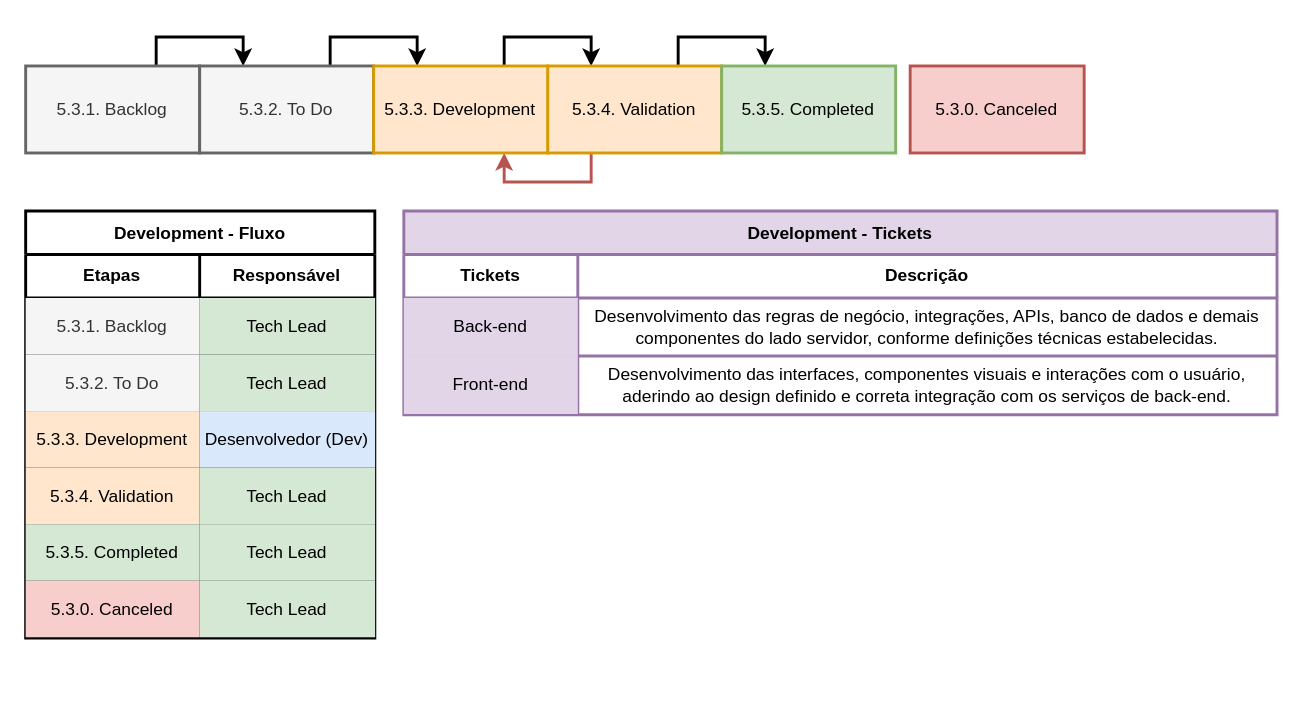
The draw.io diagram page "Fluxo - Development" (8 of 8) of modelagem de processos.drawio in DimasPicinato/Metodologia-PI, before the edit. Source tidied: cells renumbered, new cells numbered last; positions are measured from the earlier drawing's top-left corner, leaving out a move shared by most shapes. Both pictures are drawn from the tidied source at 145%, with x=0, y=0 at pixel (25, 65).
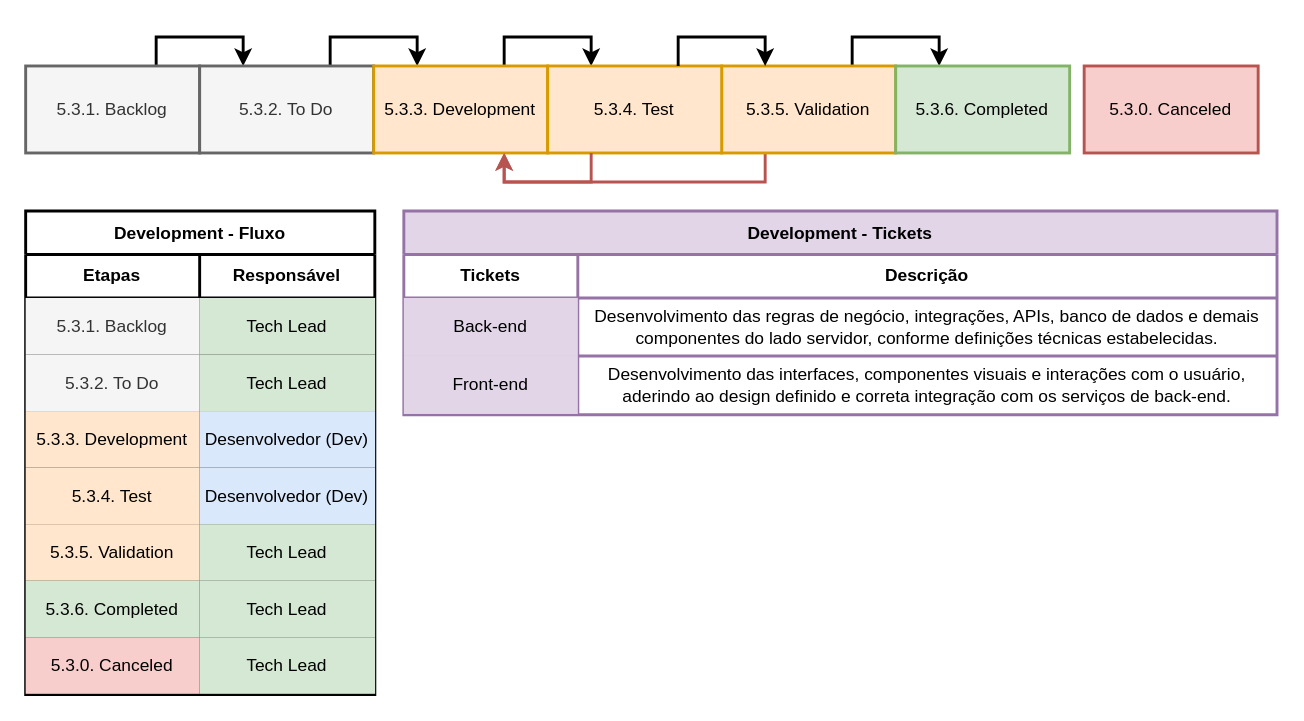
After the change.

Unchanged cells that the change refers to:
```xml
<mxCell id="44" value="5.3.3. Development" style="rounded=0;whiteSpace=wrap;html=1;fillColor=#ffe6cc;strokeColor=#d79b00;strokeWidth=2;" parent="1" vertex="1">
  <mxGeometry x="240.2" width="120" height="60" as="geometry" />
</mxCell>
```

Diff of the diagram source:
```diff
@@
     <mxCell id="12" value="Development - Fluxo" style="shape=table;startSize=30;childLayout=tableLayout;fontStyle=1;strokeWidth=2;" parent="1" vertex="1">
-      <mxGeometry x="0.2" y="100" width="240.8" height="294.5" as="geometry" />
+      <mxGeometry x="0.2" y="100" width="240.8" height="333.5" as="geometry" />
     </mxCell>
@@
+    <mxCell id="45" style="shape=tableRow;horizontal=0;startSize=0;swimlaneHead=0;swimlaneBody=0;strokeColor=inherit;top=0;left=0;bottom=0;right=0;fillColor=none;" parent="12" vertex="1">
+      <mxGeometry y="177" width="240.8" height="39" as="geometry" />
+    </mxCell>
+    <mxCell id="46" value="5.3.4. Test" style="shape=partialRectangle;html=1;whiteSpace=wrap;strokeColor=#d79b00;overflow=hidden;fillColor=#ffe6cc;top=0;left=0;bottom=0;right=0;" parent="45" vertex="1">
+      <mxGeometry width="120" height="39" as="geometry" />
+    </mxCell>
+    <mxCell id="47" value="Desenvolvedor (Dev)" style="shape=partialRectangle;html=1;whiteSpace=wrap;strokeColor=#6c8ebf;overflow=hidden;fillColor=#dae8fc;top=0;left=0;bottom=0;right=0;gradientDirection=east;" parent="45" vertex="1">
+      <mxGeometry x="120" width="121" height="39" as="geometry" />
+    </mxCell>
     <mxCell id="25" style="shape=tableRow;horizontal=0;startSize=0;swimlaneHead=0;swimlaneBody=0;strokeColor=inherit;top=0;left=0;bottom=0;right=0;fillColor=none;" parent="12" vertex="1">
-      <mxGeometry y="177" width="240.8" height="39" as="geometry" />
+      <mxGeometry y="216" width="240.8" height="39" as="geometry" />
     </mxCell>
-    <mxCell id="26" value="5.3.4. Validation" style="shape=partialRectangle;html=1;whiteSpace=wrap;strokeColor=#d79b00;overflow=hidden;fillColor=#ffe6cc;top=0;left=0;bottom=0;right=0;" parent="25" vertex="1">
+    <mxCell id="26" value="5.3.5. Validation" style="shape=partialRectangle;html=1;whiteSpace=wrap;strokeColor=#d79b00;overflow=hidden;fillColor=#ffe6cc;top=0;left=0;bottom=0;right=0;" parent="25" vertex="1">
       <mxGeometry width="120" height="39" as="geometry" />
     </mxCell>
@@
     <mxCell id="28" style="shape=tableRow;horizontal=0;startSize=0;swimlaneHead=0;swimlaneBody=0;strokeColor=inherit;top=0;left=0;bottom=0;right=0;fillColor=none;" parent="12" vertex="1">
-      <mxGeometry y="216" width="240.8" height="39" as="geometry" />
+      <mxGeometry y="255" width="240.8" height="39" as="geometry" />
     </mxCell>
-    <mxCell id="29" value="5.3.5. Completed" style="shape=partialRectangle;html=1;whiteSpace=wrap;strokeColor=#82b366;overflow=hidden;fillColor=#d5e8d4;top=0;left=0;bottom=0;right=0;" parent="28" vertex="1">
+    <mxCell id="29" value="5.3.6. Completed" style="shape=partialRectangle;html=1;whiteSpace=wrap;strokeColor=#82b366;overflow=hidden;fillColor=#d5e8d4;top=0;left=0;bottom=0;right=0;" parent="28" vertex="1">
       <mxGeometry width="120" height="39" as="geometry" />
     </mxCell>
@@
     <mxCell id="31" style="shape=tableRow;horizontal=0;startSize=0;swimlaneHead=0;swimlaneBody=0;strokeColor=inherit;top=0;left=0;bottom=0;right=0;fillColor=none;" parent="12" vertex="1">
-      <mxGeometry y="255" width="240.8" height="39" as="geometry" />
+      <mxGeometry y="294" width="240.8" height="39" as="geometry" />
     </mxCell>
@@
-    <mxCell id="34" style="edgeStyle=orthogonalEdgeStyle;rounded=0;jettySize=auto;html=1;exitX=0.75;exitY=0;exitDx=0;exitDy=0;entryX=0.25;entryY=0;entryDx=0;entryDy=0;strokeWidth=2;" parent="1" edge="1" source="44" target="37">
+    <mxCell id="34" style="edgeStyle=orthogonalEdgeStyle;rounded=0;jettySize=auto;html=1;exitX=0.75;exitY=0;exitDx=0;exitDy=0;entryX=0.25;entryY=0;entryDx=0;entryDy=0;strokeWidth=2;" parent="1" edge="1" source="44" target="48">
       <mxGeometry relative="1" as="geometry" />
     </mxCell>
@@
-    <mxCell id="37" value="5.3.4. Validation" style="rounded=0;whiteSpace=wrap;html=1;fillColor=#ffe6cc;strokeColor=#d79b00;strokeWidth=2;" parent="1" vertex="1">
-      <mxGeometry x="360.2" width="120" height="60" as="geometry" />
+    <mxCell id="37" value="5.3.5. Validation" style="rounded=0;whiteSpace=wrap;html=1;fillColor=#ffe6cc;strokeColor=#d79b00;strokeWidth=2;" parent="1" vertex="1">
+      <mxGeometry x="480.2" width="120" height="60" as="geometry" />
     </mxCell>
-    <mxCell id="38" value="5.3.5. Completed" style="rounded=0;whiteSpace=wrap;html=1;fillColor=#d5e8d4;strokeColor=#82b366;strokeWidth=2;" parent="1" vertex="1">
-      <mxGeometry x="480.2" width="120" height="60" as="geometry" />
+    <mxCell id="38" value="5.3.6. Completed" style="rounded=0;whiteSpace=wrap;html=1;fillColor=#d5e8d4;strokeColor=#82b366;strokeWidth=2;" parent="1" vertex="1">
+      <mxGeometry x="600.2" width="120" height="60" as="geometry" />
     </mxCell>
     <mxCell id="39" value="5.3.0. Canceled" style="rounded=0;whiteSpace=wrap;html=1;fillColor=#f8cecc;strokeColor=#b85450;strokeWidth=2;" parent="1" vertex="1">
-      <mxGeometry x="610.2" width="120" height="60" as="geometry" />
+      <mxGeometry x="730.2" width="120" height="60" as="geometry" />
     </mxCell>
@@
+    <mxCell id="48" value="5.3.4. Test" style="rounded=0;whiteSpace=wrap;html=1;fillColor=#ffe6cc;strokeColor=#d79b00;strokeWidth=2;" parent="1" vertex="1">
+      <mxGeometry x="360.2" width="120" height="60" as="geometry" />
+    </mxCell>
+    <mxCell id="49" style="edgeStyle=orthogonalEdgeStyle;rounded=0;jettySize=auto;html=1;exitX=0.75;exitY=0;exitDx=0;exitDy=0;entryX=0.25;entryY=0;entryDx=0;entryDy=0;strokeWidth=2;" parent="1" edge="1" source="48" target="37">
+      <mxGeometry relative="1" as="geometry" />
+    </mxCell>
+    <mxCell id="50" style="edgeStyle=orthogonalEdgeStyle;rounded=0;jettySize=auto;html=1;exitX=0.25;exitY=1;exitDx=0;exitDy=0;entryX=0.75;entryY=1;entryDx=0;entryDy=0;fillColor=#f8cecc;strokeColor=#b85450;strokeWidth=2;" parent="1" edge="1" source="48" target="44">
+      <mxGeometry relative="1" as="geometry" />
+    </mxCell>
```
